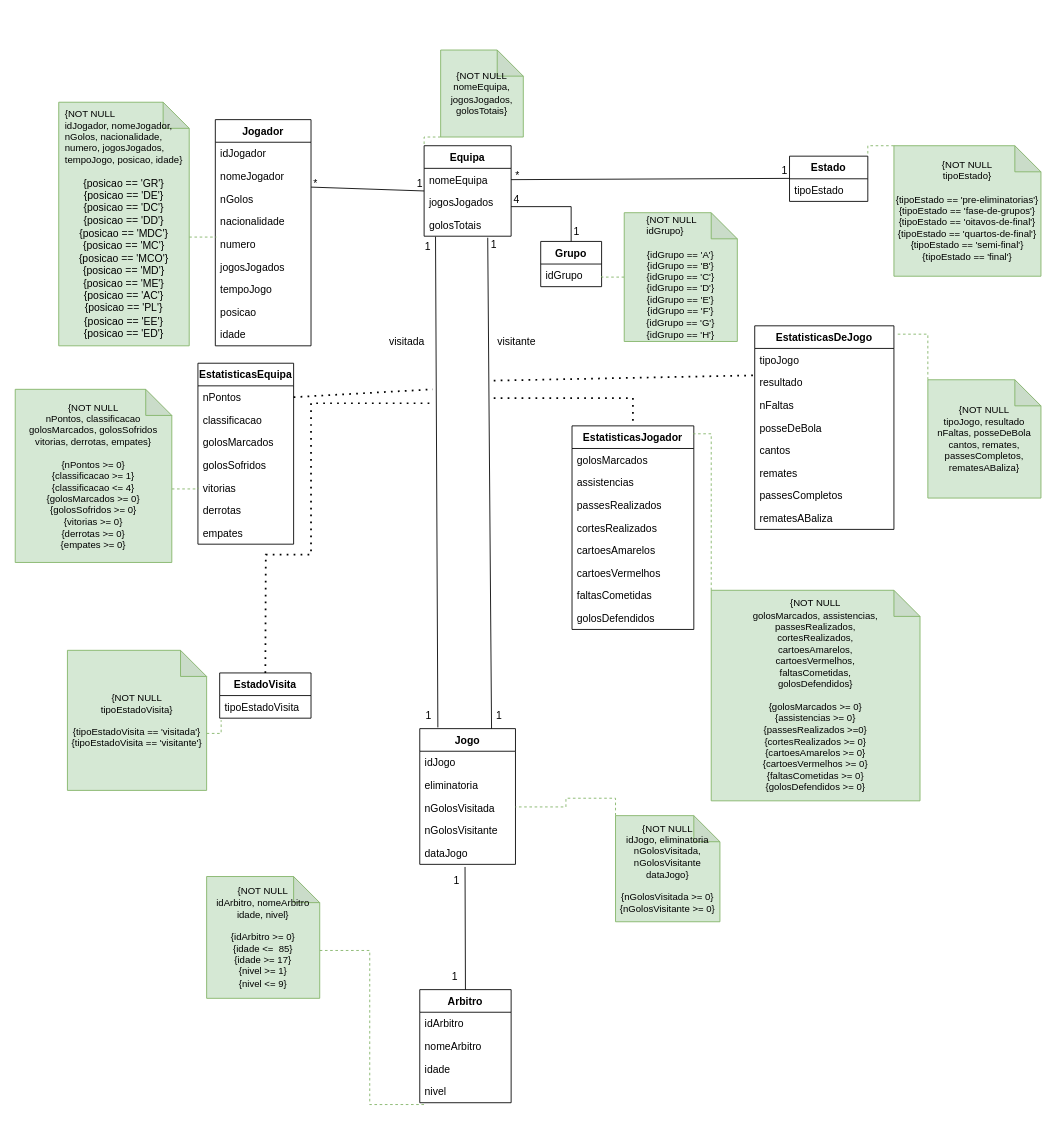
Earlier version of the draw.io diagram diagrama bonito.drawio (dratomitoma/BD). Source tidied: cells renumbered, new cells numbered last; positions are measured from the earlier drawing's top-left corner, leaving out a move shared by most shapes. Both pictures are drawn from the tidied source at 87%, with x=0, y=0 at pixel (15, 50).
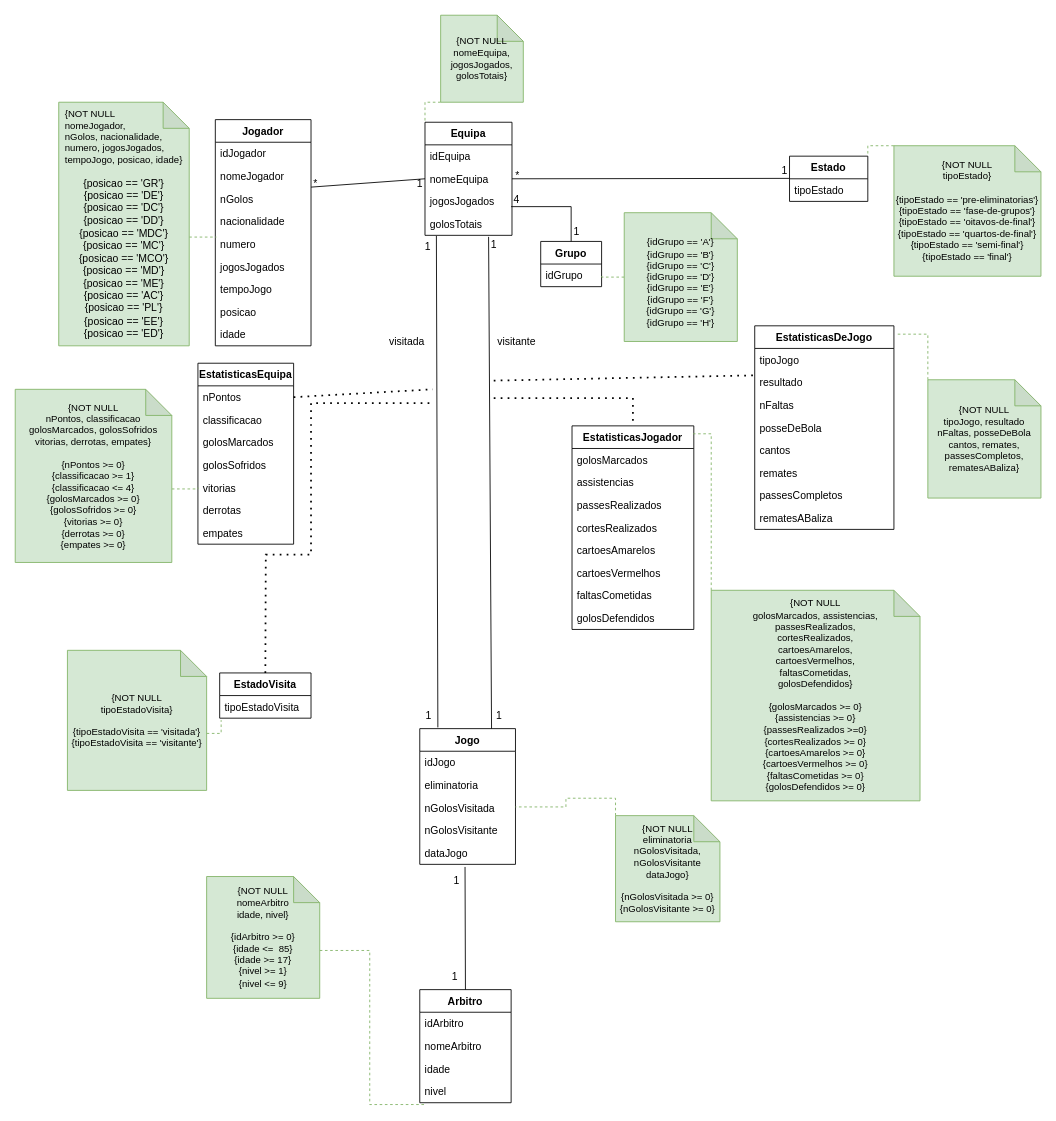
The same page after the edit.

Change to the diagram source:
```diff
@@
     <mxCell id="2" value="Equipa" style="swimlane;fontStyle=1;align=center;verticalAlign=top;horizontal=1;startSize=26;" parent="1" vertex="1">
-      <mxGeometry x="470" y="110" width="100" height="104" as="geometry" />
+      <mxGeometry x="471" y="83" width="100" height="130" as="geometry" />
     </mxCell>
+    <mxCell id="103" value="idEquipa" style="text;strokeColor=none;fillColor=none;align=left;verticalAlign=top;spacingLeft=4;spacingRight=4;overflow=hidden;" parent="2" vertex="1">
+      <mxGeometry y="26" width="100" height="26" as="geometry" />
+    </mxCell>
     <mxCell id="3" value="nomeEquipa" style="text;strokeColor=none;fillColor=none;align=left;verticalAlign=top;spacingLeft=4;spacingRight=4;overflow=hidden;points=[[0,0.5],[1,0.5]];portConstraint=eastwest;fontStyle=0;" parent="2" vertex="1">
-      <mxGeometry y="26" width="100" height="26" as="geometry" />
+      <mxGeometry y="52" width="100" height="26" as="geometry" />
     </mxCell>
     <mxCell id="4" value="jogosJogados" style="text;strokeColor=none;fillColor=none;align=left;verticalAlign=top;spacingLeft=4;spacingRight=4;overflow=hidden;" parent="2" vertex="1">
-      <mxGeometry y="52" width="100" height="26" as="geometry" />
+      <mxGeometry y="78" width="100" height="26" as="geometry" />
     </mxCell>
     <mxCell id="5" value="golosTotais" style="text;strokeColor=none;fillColor=none;align=left;verticalAlign=top;spacingLeft=4;spacingRight=4;overflow=hidden;points=[[0,0.5],[1,0.5]];portConstraint=eastwest;" parent="2" vertex="1">
-      <mxGeometry y="78" width="100" height="26" as="geometry" />
+      <mxGeometry y="104" width="100" height="26" as="geometry" />
     </mxCell>
@@
-    <mxCell id="83" value="&lt;div style=&quot;text-align: left; font-size: 11px;&quot;&gt;&lt;span style=&quot;background-color: initial;&quot;&gt;&lt;font style=&quot;font-size: 11px;&quot;&gt;{NOT NULL&lt;/font&gt;&lt;/span&gt;&lt;/div&gt;&lt;font style=&quot;font-size: 11px;&quot;&gt;&lt;span style=&quot;&quot;&gt;&lt;div style=&quot;text-align: left;&quot;&gt;&lt;span style=&quot;background-color: initial;&quot;&gt;idJogador,&amp;nbsp;&lt;/span&gt;&lt;span style=&quot;background-color: initial;&quot;&gt;nomeJogador,&lt;/span&gt;&lt;/div&gt;&lt;/span&gt;&lt;span style=&quot;&quot;&gt;&lt;div style=&quot;text-align: left;&quot;&gt;&lt;span style=&quot;background-color: initial;&quot;&gt;nGolos,&amp;nbsp;&lt;/span&gt;&lt;span style=&quot;background-color: initial;&quot;&gt;nacionalidade,&lt;/span&gt;&lt;/div&gt;&lt;/span&gt;&lt;span style=&quot;&quot;&gt;&lt;div style=&quot;text-align: left;&quot;&gt;&lt;span style=&quot;background-color: initial;&quot;&gt;numero,&amp;nbsp;&lt;/span&gt;&lt;span style=&quot;background-color: initial;&quot;&gt;jogosJogados,&lt;/span&gt;&lt;/div&gt;&lt;/span&gt;&lt;span style=&quot;&quot;&gt;&lt;div style=&quot;text-align: left;&quot;&gt;&lt;span style=&quot;background-color: initial;&quot;&gt;tempoJogo,&amp;nbsp;&lt;/span&gt;&lt;span style=&quot;background-color: initial;&quot;&gt;posicao,&amp;nbsp;&lt;/span&gt;&lt;span style=&quot;background-color: initial;&quot;&gt;idade&lt;/span&gt;&lt;span style=&quot;background-color: initial;&quot;&gt;}&lt;/span&gt;&lt;/div&gt;&lt;/span&gt;&lt;/font&gt;&lt;div style=&quot;text-align: left; font-size: 11px;&quot;&gt;&lt;br&gt;&lt;/div&gt;{posicao == 'GR'}&lt;br&gt;{posicao == 'DE'}&lt;br&gt;{posicao == 'DC'}&lt;br&gt;{posicao == 'DD'}&lt;br&gt;{posicao == 'MDC'}&lt;br&gt;{posicao == 'MC'}&lt;br&gt;{posicao == 'MCO'}&lt;br&gt;{posicao == 'MD'}&lt;br&gt;{posicao == 'ME'}&lt;br&gt;{posicao == 'AC'}&lt;br&gt;{posicao == 'PL'}&lt;br&gt;{posicao == 'EE'}&lt;br&gt;{posicao == 'ED'}" style="shape=note;whiteSpace=wrap;html=1;backgroundOutline=1;darkOpacity=0.05;fillColor=#d5e8d4;strokeColor=#82b366;" parent="1" vertex="1">
+    <mxCell id="83" value="&lt;div style=&quot;text-align: left; font-size: 11px;&quot;&gt;&lt;span style=&quot;background-color: initial;&quot;&gt;&lt;font style=&quot;font-size: 11px;&quot;&gt;{NOT NULL&lt;/font&gt;&lt;/span&gt;&lt;/div&gt;&lt;font style=&quot;font-size: 11px;&quot;&gt;&lt;span style=&quot;&quot;&gt;&lt;div style=&quot;text-align: left;&quot;&gt;&lt;span style=&quot;background-color: initial;&quot;&gt;nomeJogador,&lt;/span&gt;&lt;/div&gt;&lt;/span&gt;&lt;span style=&quot;&quot;&gt;&lt;div style=&quot;text-align: left;&quot;&gt;&lt;span style=&quot;background-color: initial;&quot;&gt;nGolos,&amp;nbsp;&lt;/span&gt;&lt;span style=&quot;background-color: initial;&quot;&gt;nacionalidade,&lt;/span&gt;&lt;/div&gt;&lt;/span&gt;&lt;span style=&quot;&quot;&gt;&lt;div style=&quot;text-align: left;&quot;&gt;&lt;span style=&quot;background-color: initial;&quot;&gt;numero,&amp;nbsp;&lt;/span&gt;&lt;span style=&quot;background-color: initial;&quot;&gt;jogosJogados,&lt;/span&gt;&lt;/div&gt;&lt;/span&gt;&lt;span style=&quot;&quot;&gt;&lt;div style=&quot;text-align: left;&quot;&gt;&lt;span style=&quot;background-color: initial;&quot;&gt;tempoJogo,&amp;nbsp;&lt;/span&gt;&lt;span style=&quot;background-color: initial;&quot;&gt;posicao,&amp;nbsp;&lt;/span&gt;&lt;span style=&quot;background-color: initial;&quot;&gt;idade&lt;/span&gt;&lt;span style=&quot;background-color: initial;&quot;&gt;}&lt;/span&gt;&lt;/div&gt;&lt;/span&gt;&lt;/font&gt;&lt;div style=&quot;text-align: left; font-size: 11px;&quot;&gt;&lt;br&gt;&lt;/div&gt;{posicao == 'GR'}&lt;br&gt;{posicao == 'DE'}&lt;br&gt;{posicao == 'DC'}&lt;br&gt;{posicao == 'DD'}&lt;br&gt;{posicao == 'MDC'}&lt;br&gt;{posicao == 'MC'}&lt;br&gt;{posicao == 'MCO'}&lt;br&gt;{posicao == 'MD'}&lt;br&gt;{posicao == 'ME'}&lt;br&gt;{posicao == 'AC'}&lt;br&gt;{posicao == 'PL'}&lt;br&gt;{posicao == 'EE'}&lt;br&gt;{posicao == 'ED'}" style="shape=note;whiteSpace=wrap;html=1;backgroundOutline=1;darkOpacity=0.05;fillColor=#d5e8d4;strokeColor=#82b366;" parent="1" vertex="1">
       <mxGeometry x="50" y="60" width="150" height="280" as="geometry" />
     </mxCell>
@@
     <mxCell id="85" value="{NOT NULL&lt;br&gt;nomeEquipa, jogosJogados, golosTotais}" style="shape=note;whiteSpace=wrap;html=1;backgroundOutline=1;darkOpacity=0.05;fontSize=11;fillColor=#d5e8d4;strokeColor=#82b366;" parent="1" vertex="1">
-      <mxGeometry x="489" width="95" height="100" as="geometry" />
+      <mxGeometry x="489" y="-40" width="95" height="100" as="geometry" />
     </mxCell>
@@
-    <mxCell id="87" value="&lt;div style=&quot;text-align: left;&quot;&gt;&lt;span style=&quot;background-color: initial;&quot;&gt;{NOT NULL&lt;/span&gt;&lt;/div&gt;&lt;div style=&quot;text-align: left;&quot;&gt;&lt;span style=&quot;background-color: initial;&quot;&gt;idGrupo}&lt;/span&gt;&lt;/div&gt;&lt;br&gt;{idGrupo == 'A'}&lt;br&gt;{idGrupo == 'B'}&lt;br&gt;{idGrupo == 'C'}&lt;br&gt;{idGrupo == 'D'}&lt;br&gt;{idGrupo == 'E'}&lt;br&gt;{idGrupo == 'F'}&lt;br&gt;{idGrupo == 'G'}&lt;br&gt;{idGrupo == 'H'}" style="shape=note;whiteSpace=wrap;html=1;backgroundOutline=1;darkOpacity=0.05;fontSize=11;fillColor=#d5e8d4;strokeColor=#82b366;" parent="1" vertex="1">
+    <mxCell id="87" value="&lt;br&gt;{idGrupo == 'A'}&lt;br&gt;{idGrupo == 'B'}&lt;br&gt;{idGrupo == 'C'}&lt;br&gt;{idGrupo == 'D'}&lt;br&gt;{idGrupo == 'E'}&lt;br&gt;{idGrupo == 'F'}&lt;br&gt;{idGrupo == 'G'}&lt;br&gt;{idGrupo == 'H'}" style="shape=note;whiteSpace=wrap;html=1;backgroundOutline=1;darkOpacity=0.05;fontSize=11;fillColor=#d5e8d4;strokeColor=#82b366;" parent="1" vertex="1">
       <mxGeometry x="700" y="187" width="130" height="148" as="geometry" />
     </mxCell>
@@
-    <mxCell id="99" value="{NOT NULL&lt;br&gt;idArbitro, nomeArbitro&lt;br&gt;idade, nivel}&lt;br&gt;&lt;br&gt;{idArbitro &amp;gt;= 0}&lt;br&gt;{idade &amp;lt;=&amp;nbsp; 85}&lt;br&gt;{idade &amp;gt;= 17}&lt;br&gt;{nivel &amp;gt;= 1}&lt;br&gt;{nivel &amp;lt;= 9}" style="shape=note;whiteSpace=wrap;html=1;backgroundOutline=1;darkOpacity=0.05;fontSize=11;fillColor=#d5e8d4;strokeColor=#82b366;" parent="1" vertex="1">
+    <mxCell id="99" value="{NOT NULL&lt;br&gt;nomeArbitro&lt;br&gt;idade, nivel}&lt;br&gt;&lt;br&gt;{idArbitro &amp;gt;= 0}&lt;br&gt;{idade &amp;lt;=&amp;nbsp; 85}&lt;br&gt;{idade &amp;gt;= 17}&lt;br&gt;{nivel &amp;gt;= 1}&lt;br&gt;{nivel &amp;lt;= 9}" style="shape=note;whiteSpace=wrap;html=1;backgroundOutline=1;darkOpacity=0.05;fontSize=11;fillColor=#d5e8d4;strokeColor=#82b366;" parent="1" vertex="1">
       <mxGeometry x="220" y="950" width="130" height="140" as="geometry" />
     </mxCell>
@@
-    <mxCell id="101" value="{NOT NULL&lt;br&gt;idJogo, eliminatoria&lt;br&gt;nGolosVisitada,&lt;br&gt;nGolosVisitante&lt;br&gt;dataJogo}&lt;br&gt;&lt;br&gt;{nGolosVisitada &amp;gt;= 0}&lt;br&gt;{nGolosVisitante &amp;gt;= 0}" style="shape=note;whiteSpace=wrap;html=1;backgroundOutline=1;darkOpacity=0.05;fontSize=11;fillColor=#d5e8d4;strokeColor=#82b366;" parent="1" vertex="1">
+    <mxCell id="101" value="{NOT NULL&lt;br&gt;eliminatoria&lt;br&gt;nGolosVisitada,&lt;br&gt;nGolosVisitante&lt;br&gt;dataJogo}&lt;br&gt;&lt;br&gt;{nGolosVisitada &amp;gt;= 0}&lt;br&gt;{nGolosVisitante &amp;gt;= 0}" style="shape=note;whiteSpace=wrap;html=1;backgroundOutline=1;darkOpacity=0.05;fontSize=11;fillColor=#d5e8d4;strokeColor=#82b366;" parent="1" vertex="1">
       <mxGeometry x="690" y="880" width="120" height="122" as="geometry" />
     </mxCell>
```
